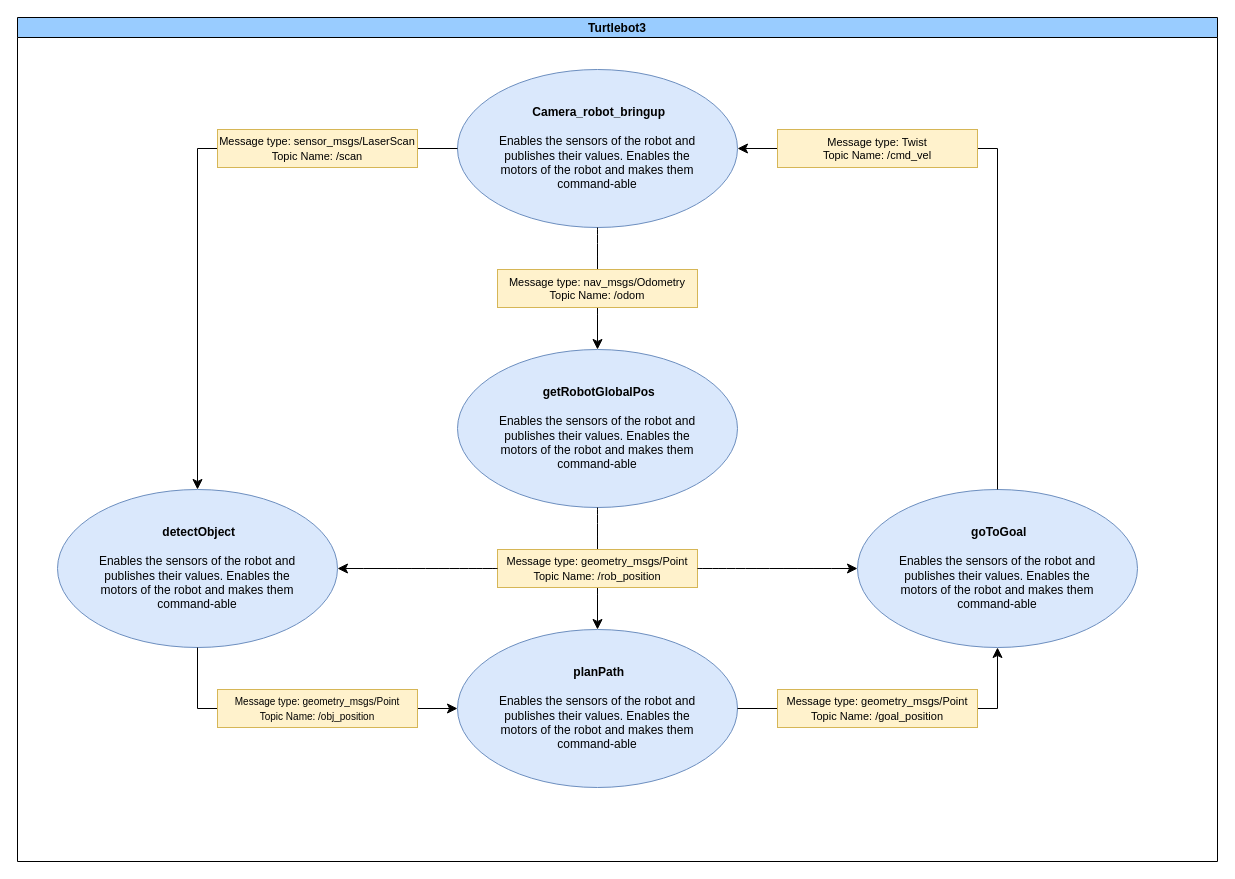
Above: page "Concept 2" (2 of 2) of Lab4/Lab4_diagram.drawio in hcarius3/ME7785_RoboticsResearch (draw.io), before the change. Source tidied: cells renumbered, new cells numbered last; positions are measured from the earlier drawing's top-left corner, leaving out a move shared by most shapes. Both pictures are drawn from the tidied source at 100%, with x=0, y=0 at pixel (17, 17).
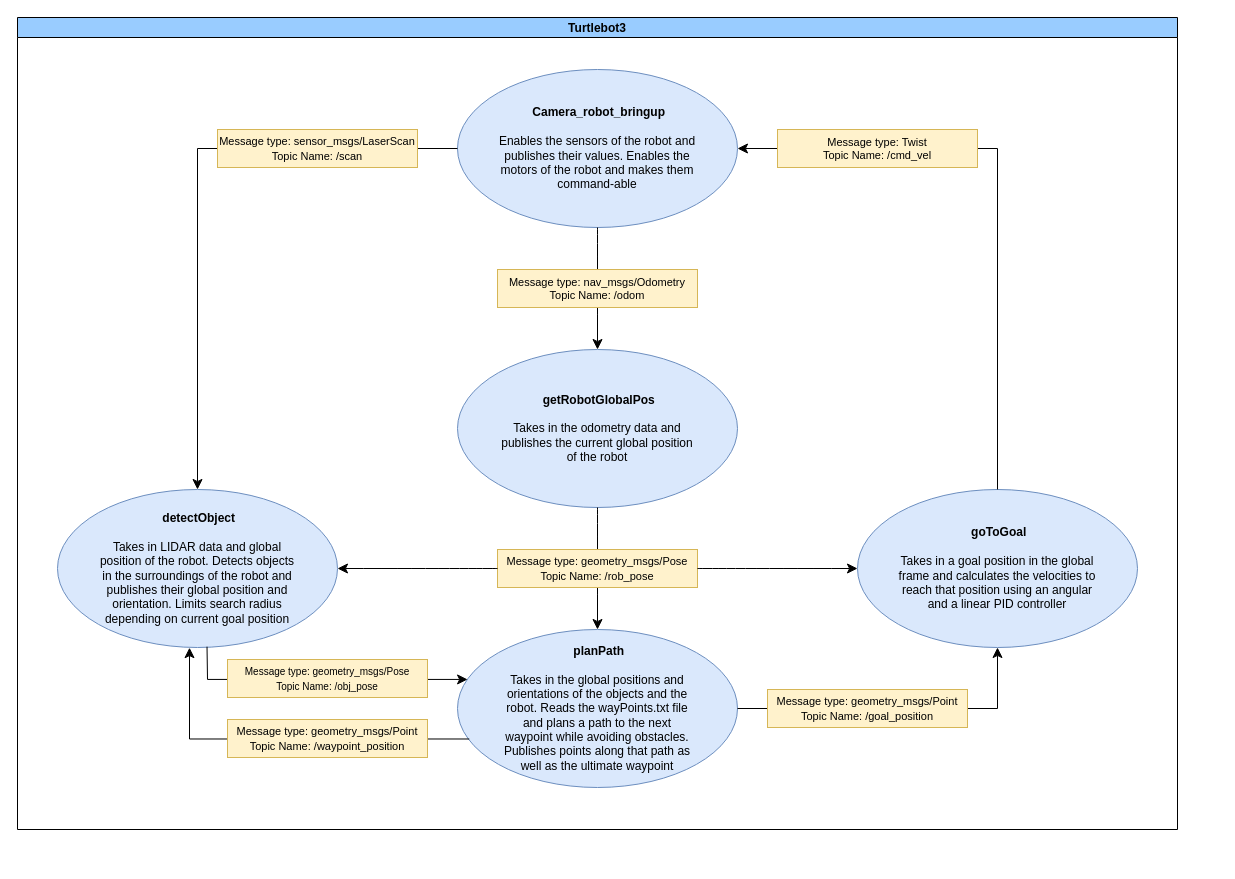
The same page after the edit.

Commit message:
Added detailed description to the nodes

What changed in the source:
```diff
@@
     <mxCell id="2" value="Turtlebot3" style="swimlane;startSize=20;horizontal=1;containerType=tree;newEdgeStyle={&quot;edgeStyle&quot;:&quot;elbowEdgeStyle&quot;,&quot;startArrow&quot;:&quot;none&quot;,&quot;endArrow&quot;:&quot;none&quot;};fillColor=#99CCFF;" parent="1" vertex="1">
-      <mxGeometry width="1200" height="844" as="geometry" />
+      <mxGeometry width="1160" height="812" as="geometry" />
     </mxCell>
@@
-    <mxCell id="4" value="&lt;blockquote&gt;&lt;div&gt;&lt;b&gt;&amp;nbsp;&lt;/b&gt;&lt;b&gt;&lt;/b&gt;&lt;b&gt;getRobotGlobalPos&lt;/b&gt;&lt;br&gt;&lt;br&gt;Enables the sensors of the robot and publishes their values. Enables the motors of the robot and makes them command-able&lt;/div&gt;&lt;/blockquote&gt;" style="ellipse;whiteSpace=wrap;html=1;fillColor=#dae8fc;strokeColor=#6c8ebf;" parent="2" vertex="1">
+    <mxCell id="4" value="&lt;blockquote&gt;&lt;div&gt;&lt;b&gt;&amp;nbsp;&lt;/b&gt;&lt;b&gt;getRobotGlobalPos&lt;/b&gt;&lt;br&gt;&lt;/div&gt;&lt;div&gt;&lt;br&gt;&lt;/div&gt;&lt;div&gt;Takes in the odometry data and publishes the current global position of the robot&lt;/div&gt;&lt;/blockquote&gt;" style="ellipse;whiteSpace=wrap;html=1;fillColor=#dae8fc;strokeColor=#6c8ebf;" parent="2" vertex="1">
       <mxGeometry x="440" y="332" width="280" height="158" as="geometry" />
     </mxCell>
-    <mxCell id="5" value="&lt;blockquote&gt;&lt;div&gt;&lt;b&gt;&amp;nbsp;&lt;/b&gt;&lt;b&gt;detectObject&lt;/b&gt;&lt;br&gt;&lt;br&gt;Enables the sensors of the robot and publishes their values. Enables the motors of the robot and makes them command-able&lt;/div&gt;&lt;/blockquote&gt;" style="ellipse;whiteSpace=wrap;html=1;fillColor=#dae8fc;strokeColor=#6c8ebf;" parent="2" vertex="1">
+    <mxCell id="5" value="&lt;blockquote&gt;&lt;div&gt;&lt;b&gt;&amp;nbsp;&lt;/b&gt;&lt;b&gt;detectObject&lt;/b&gt;&lt;/div&gt;&lt;div&gt;&lt;br&gt;Takes in LIDAR data and global position of the robot. Detects objects in the surroundings of the robot and publishes their global position and orientation. Limits search radius depending on current goal position&lt;/div&gt;&lt;/blockquote&gt;" style="ellipse;whiteSpace=wrap;html=1;fillColor=#dae8fc;strokeColor=#6c8ebf;" parent="2" vertex="1">
       <mxGeometry x="40" y="472" width="280" height="158" as="geometry" />
     </mxCell>
-    <mxCell id="6" value="&lt;blockquote&gt;&lt;div&gt;&lt;b&gt;&amp;nbsp;planPath&lt;/b&gt;&lt;br&gt;&lt;br&gt;Enables the sensors of the robot and publishes their values. Enables the motors of the robot and makes them command-able&lt;/div&gt;&lt;/blockquote&gt;" style="ellipse;whiteSpace=wrap;html=1;fillColor=#dae8fc;strokeColor=#6c8ebf;" parent="2" vertex="1">
+    <mxCell id="6" value="&lt;blockquote&gt;&lt;div&gt;&lt;b&gt;&amp;nbsp;planPath&lt;/b&gt;&lt;br&gt;&lt;/div&gt;&lt;div&gt;&lt;br&gt;&lt;/div&gt;&lt;div&gt;Takes in the global positions and orientations of the objects and the robot. Reads the wayPoints.txt file and plans a path to the next waypoint while avoiding obstacles. Publishes points along that path as well as the ultimate waypoint&lt;/div&gt;&lt;/blockquote&gt;" style="ellipse;whiteSpace=wrap;html=1;fillColor=#dae8fc;strokeColor=#6c8ebf;" parent="2" vertex="1">
       <mxGeometry x="440" y="612" width="280" height="158" as="geometry" />
     </mxCell>
-    <mxCell id="7" value="&lt;blockquote&gt;&lt;div&gt;&lt;b&gt;&amp;nbsp;goToGoal&lt;/b&gt;&lt;br&gt;&lt;br&gt;Enables the sensors of the robot and publishes their values. Enables the motors of the robot and makes them command-able&lt;/div&gt;&lt;/blockquote&gt;" style="ellipse;whiteSpace=wrap;html=1;fillColor=#dae8fc;strokeColor=#6c8ebf;" parent="2" vertex="1">
+    <mxCell id="7" value="&lt;blockquote&gt;&lt;div&gt;&lt;b&gt;&amp;nbsp;goToGoal&lt;/b&gt;&lt;/div&gt;&lt;div&gt;&lt;br&gt;&lt;/div&gt;&lt;div&gt;Takes in a goal position in the global frame and calculates the velocities to reach that position using an angular and a linear PID controller&lt;/div&gt;&lt;/blockquote&gt;" style="ellipse;whiteSpace=wrap;html=1;fillColor=#dae8fc;strokeColor=#6c8ebf;" parent="2" vertex="1">
       <mxGeometry x="840" y="472" width="280" height="158" as="geometry" />
     </mxCell>
-    <mxCell id="8" style="edgeStyle=elbowEdgeStyle;elbow=horizontal;endArrow=classic;html=1;curved=0;rounded=0;endSize=8;startSize=8;fontSize=12;exitX=0.5;exitY=1;exitDx=0;exitDy=0;entryX=0;entryY=0.5;entryDx=0;entryDy=0;" parent="2" edge="1" source="5" target="6">
+    <mxCell id="8" style="edgeStyle=elbowEdgeStyle;elbow=horizontal;endArrow=classic;html=1;curved=0;rounded=0;endSize=8;startSize=8;fontSize=12;entryX=0.036;entryY=0.316;entryDx=0;entryDy=0;entryPerimeter=0;exitX=0.534;exitY=0.995;exitDx=0;exitDy=0;exitPerimeter=0;" parent="2" edge="1" source="5" target="6">
       <mxGeometry relative="1" as="geometry">
         <Array as="points">
-          <mxPoint x="180" y="682" />
+          <mxPoint x="190" y="652" />
         </Array>
       </mxGeometry>
     </mxCell>
@@
-    <mxCell id="12" value="&lt;font style=&quot;font-size: 11px;&quot;&gt;&lt;span style=&quot;--tw-scale-x: 1; --tw-scale-y: 1; --tw-pan-x: ; --tw-pan-y: ; --tw-pinch-zoom: ; --tw-scroll-snap-strictness: proximity; --tw-gradient-from-position: ; --tw-gradient-via-position: ; --tw-gradient-to-position: ; --tw-ordinal: ; --tw-slashed-zero: ; --tw-numeric-figure: ; --tw-numeric-spacing: ; --tw-numeric-fraction: ; --tw-ring-inset: ; --tw-ring-offset-width: 0px; --tw-ring-offset-color: light-dark(#fff, #000000); --tw-ring-color: rgb(59 130 246 / .5); --tw-ring-offset-shadow: 0 0 #0000; --tw-ring-shadow: 0 0 #0000; --tw-shadow: 0 0 #0000; --tw-shadow-colored: 0 0 #0000; --tw-blur: ; --tw-brightness: ; --tw-contrast: ; --tw-grayscale: ; --tw-hue-rotate: ; --tw-invert: ; --tw-saturate: ; --tw-sepia: ; --tw-drop-shadow: ; --tw-backdrop-blur: ; --tw-backdrop-brightness: ; --tw-backdrop-contrast: ; --tw-backdrop-grayscale: ; --tw-backdrop-hue-rotate: ; --tw-backdrop-invert: ; --tw-backdrop-opacity: ; --tw-backdrop-saturate: ; --tw-backdrop-sepia: ;&quot;&gt;Message type: geometry_msgs/Point&lt;/span&gt;&lt;/font&gt;&lt;div style=&quot;--tw-scale-x: 1; --tw-scale-y: 1; --tw-pan-x: ; --tw-pan-y: ; --tw-pinch-zoom: ; --tw-scroll-snap-strictness: proximity; --tw-gradient-from-position: ; --tw-gradient-via-position: ; --tw-gradient-to-position: ; --tw-ordinal: ; --tw-slashed-zero: ; --tw-numeric-figure: ; --tw-numeric-spacing: ; --tw-numeric-fraction: ; --tw-ring-inset: ; --tw-ring-offset-width: 0px; --tw-ring-offset-color: light-dark(#fff, #000000); --tw-ring-color: rgb(59 130 246 / .5); --tw-ring-offset-shadow: 0 0 #0000; --tw-ring-shadow: 0 0 #0000; --tw-shadow: 0 0 #0000; --tw-shadow-colored: 0 0 #0000; --tw-blur: ; --tw-brightness: ; --tw-contrast: ; --tw-grayscale: ; --tw-hue-rotate: ; --tw-invert: ; --tw-saturate: ; --tw-sepia: ; --tw-drop-shadow: ; --tw-backdrop-blur: ; --tw-backdrop-brightness: ; --tw-backdrop-contrast: ; --tw-backdrop-grayscale: ; --tw-backdrop-hue-rotate: ; --tw-backdrop-invert: ; --tw-backdrop-opacity: ; --tw-backdrop-saturate: ; --tw-backdrop-sepia: ;&quot;&gt;&lt;font style=&quot;font-size: 11px;&quot;&gt;&lt;span&gt;Topic Name: /rob_position&lt;/span&gt;&lt;/font&gt;&lt;/div&gt;" style="rounded=0;whiteSpace=wrap;html=1;fillColor=#fff2cc;strokeColor=#d6b656;" parent="2" vertex="1">
+    <mxCell id="12" value="&lt;font style=&quot;font-size: 11px;&quot;&gt;&lt;span style=&quot;--tw-scale-x: 1; --tw-scale-y: 1; --tw-pan-x: ; --tw-pan-y: ; --tw-pinch-zoom: ; --tw-scroll-snap-strictness: proximity; --tw-gradient-from-position: ; --tw-gradient-via-position: ; --tw-gradient-to-position: ; --tw-ordinal: ; --tw-slashed-zero: ; --tw-numeric-figure: ; --tw-numeric-spacing: ; --tw-numeric-fraction: ; --tw-ring-inset: ; --tw-ring-offset-width: 0px; --tw-ring-offset-color: light-dark(#fff, #000000); --tw-ring-color: rgb(59 130 246 / .5); --tw-ring-offset-shadow: 0 0 #0000; --tw-ring-shadow: 0 0 #0000; --tw-shadow: 0 0 #0000; --tw-shadow-colored: 0 0 #0000; --tw-blur: ; --tw-brightness: ; --tw-contrast: ; --tw-grayscale: ; --tw-hue-rotate: ; --tw-invert: ; --tw-saturate: ; --tw-sepia: ; --tw-drop-shadow: ; --tw-backdrop-blur: ; --tw-backdrop-brightness: ; --tw-backdrop-contrast: ; --tw-backdrop-grayscale: ; --tw-backdrop-hue-rotate: ; --tw-backdrop-invert: ; --tw-backdrop-opacity: ; --tw-backdrop-saturate: ; --tw-backdrop-sepia: ;&quot;&gt;Message type: geometry_msgs/Pose&lt;/span&gt;&lt;/font&gt;&lt;div style=&quot;--tw-scale-x: 1; --tw-scale-y: 1; --tw-pan-x: ; --tw-pan-y: ; --tw-pinch-zoom: ; --tw-scroll-snap-strictness: proximity; --tw-gradient-from-position: ; --tw-gradient-via-position: ; --tw-gradient-to-position: ; --tw-ordinal: ; --tw-slashed-zero: ; --tw-numeric-figure: ; --tw-numeric-spacing: ; --tw-numeric-fraction: ; --tw-ring-inset: ; --tw-ring-offset-width: 0px; --tw-ring-offset-color: light-dark(#fff, #000000); --tw-ring-color: rgb(59 130 246 / .5); --tw-ring-offset-shadow: 0 0 #0000; --tw-ring-shadow: 0 0 #0000; --tw-shadow: 0 0 #0000; --tw-shadow-colored: 0 0 #0000; --tw-blur: ; --tw-brightness: ; --tw-contrast: ; --tw-grayscale: ; --tw-hue-rotate: ; --tw-invert: ; --tw-saturate: ; --tw-sepia: ; --tw-drop-shadow: ; --tw-backdrop-blur: ; --tw-backdrop-brightness: ; --tw-backdrop-contrast: ; --tw-backdrop-grayscale: ; --tw-backdrop-hue-rotate: ; --tw-backdrop-invert: ; --tw-backdrop-opacity: ; --tw-backdrop-saturate: ; --tw-backdrop-sepia: ;&quot;&gt;&lt;font style=&quot;font-size: 11px;&quot;&gt;&lt;span&gt;Topic Name: /rob_pose&lt;/span&gt;&lt;/font&gt;&lt;/div&gt;" style="rounded=0;whiteSpace=wrap;html=1;fillColor=#fff2cc;strokeColor=#d6b656;" parent="2" vertex="1">
       <mxGeometry x="480" y="532" width="200" height="38" as="geometry" />
     </mxCell>
@@
     <mxCell id="14" value="&lt;font style=&quot;font-size: 11px;&quot;&gt;&lt;span style=&quot;--tw-scale-x: 1; --tw-scale-y: 1; --tw-pan-x: ; --tw-pan-y: ; --tw-pinch-zoom: ; --tw-scroll-snap-strictness: proximity; --tw-gradient-from-position: ; --tw-gradient-via-position: ; --tw-gradient-to-position: ; --tw-ordinal: ; --tw-slashed-zero: ; --tw-numeric-figure: ; --tw-numeric-spacing: ; --tw-numeric-fraction: ; --tw-ring-inset: ; --tw-ring-offset-width: 0px; --tw-ring-offset-color: light-dark(#fff, #000000); --tw-ring-color: rgb(59 130 246 / .5); --tw-ring-offset-shadow: 0 0 #0000; --tw-ring-shadow: 0 0 #0000; --tw-shadow: 0 0 #0000; --tw-shadow-colored: 0 0 #0000; --tw-blur: ; --tw-brightness: ; --tw-contrast: ; --tw-grayscale: ; --tw-hue-rotate: ; --tw-invert: ; --tw-saturate: ; --tw-sepia: ; --tw-drop-shadow: ; --tw-backdrop-blur: ; --tw-backdrop-brightness: ; --tw-backdrop-contrast: ; --tw-backdrop-grayscale: ; --tw-backdrop-hue-rotate: ; --tw-backdrop-invert: ; --tw-backdrop-opacity: ; --tw-backdrop-saturate: ; --tw-backdrop-sepia: ;&quot;&gt;Message type: geometry_msgs/Point&lt;/span&gt;&lt;/font&gt;&lt;div style=&quot;--tw-scale-x: 1; --tw-scale-y: 1; --tw-pan-x: ; --tw-pan-y: ; --tw-pinch-zoom: ; --tw-scroll-snap-strictness: proximity; --tw-gradient-from-position: ; --tw-gradient-via-position: ; --tw-gradient-to-position: ; --tw-ordinal: ; --tw-slashed-zero: ; --tw-numeric-figure: ; --tw-numeric-spacing: ; --tw-numeric-fraction: ; --tw-ring-inset: ; --tw-ring-offset-width: 0px; --tw-ring-offset-color: light-dark(#fff, #000000); --tw-ring-color: rgb(59 130 246 / .5); --tw-ring-offset-shadow: 0 0 #0000; --tw-ring-shadow: 0 0 #0000; --tw-shadow: 0 0 #0000; --tw-shadow-colored: 0 0 #0000; --tw-blur: ; --tw-brightness: ; --tw-contrast: ; --tw-grayscale: ; --tw-hue-rotate: ; --tw-invert: ; --tw-saturate: ; --tw-sepia: ; --tw-drop-shadow: ; --tw-backdrop-blur: ; --tw-backdrop-brightness: ; --tw-backdrop-contrast: ; --tw-backdrop-grayscale: ; --tw-backdrop-hue-rotate: ; --tw-backdrop-invert: ; --tw-backdrop-opacity: ; --tw-backdrop-saturate: ; --tw-backdrop-sepia: ;&quot;&gt;&lt;font style=&quot;font-size: 11px;&quot;&gt;&lt;span&gt;Topic Name: /goal_position&lt;/span&gt;&lt;/font&gt;&lt;/div&gt;" style="rounded=0;whiteSpace=wrap;html=1;fillColor=#fff2cc;strokeColor=#d6b656;" parent="2" vertex="1">
-      <mxGeometry x="760" y="672" width="200" height="38" as="geometry" />
+      <mxGeometry x="750" y="672" width="200" height="38" as="geometry" />
     </mxCell>
-    <mxCell id="15" value="&lt;font style=&quot;font-size: 10px;&quot;&gt;&lt;span style=&quot;--tw-scale-x: 1; --tw-scale-y: 1; --tw-pan-x: ; --tw-pan-y: ; --tw-pinch-zoom: ; --tw-scroll-snap-strictness: proximity; --tw-gradient-from-position: ; --tw-gradient-via-position: ; --tw-gradient-to-position: ; --tw-ordinal: ; --tw-slashed-zero: ; --tw-numeric-figure: ; --tw-numeric-spacing: ; --tw-numeric-fraction: ; --tw-ring-inset: ; --tw-ring-offset-width: 0px; --tw-ring-offset-color: light-dark(#fff, #000000); --tw-ring-color: rgb(59 130 246 / .5); --tw-ring-offset-shadow: 0 0 #0000; --tw-ring-shadow: 0 0 #0000; --tw-shadow: 0 0 #0000; --tw-shadow-colored: 0 0 #0000; --tw-blur: ; --tw-brightness: ; --tw-contrast: ; --tw-grayscale: ; --tw-hue-rotate: ; --tw-invert: ; --tw-saturate: ; --tw-sepia: ; --tw-drop-shadow: ; --tw-backdrop-blur: ; --tw-backdrop-brightness: ; --tw-backdrop-contrast: ; --tw-backdrop-grayscale: ; --tw-backdrop-hue-rotate: ; --tw-backdrop-invert: ; --tw-backdrop-opacity: ; --tw-backdrop-saturate: ; --tw-backdrop-sepia: ;&quot;&gt;Message type: geometry_msgs/Point&lt;/span&gt;&lt;/font&gt;&lt;div style=&quot;--tw-scale-x: 1; --tw-scale-y: 1; --tw-pan-x: ; --tw-pan-y: ; --tw-pinch-zoom: ; --tw-scroll-snap-strictness: proximity; --tw-gradient-from-position: ; --tw-gradient-via-position: ; --tw-gradient-to-position: ; --tw-ordinal: ; --tw-slashed-zero: ; --tw-numeric-figure: ; --tw-numeric-spacing: ; --tw-numeric-fraction: ; --tw-ring-inset: ; --tw-ring-offset-width: 0px; --tw-ring-offset-color: light-dark(#fff, #000000); --tw-ring-color: rgb(59 130 246 / .5); --tw-ring-offset-shadow: 0 0 #0000; --tw-ring-shadow: 0 0 #0000; --tw-shadow: 0 0 #0000; --tw-shadow-colored: 0 0 #0000; --tw-blur: ; --tw-brightness: ; --tw-contrast: ; --tw-grayscale: ; --tw-hue-rotate: ; --tw-invert: ; --tw-saturate: ; --tw-sepia: ; --tw-drop-shadow: ; --tw-backdrop-blur: ; --tw-backdrop-brightness: ; --tw-backdrop-contrast: ; --tw-backdrop-grayscale: ; --tw-backdrop-hue-rotate: ; --tw-backdrop-invert: ; --tw-backdrop-opacity: ; --tw-backdrop-saturate: ; --tw-backdrop-sepia: ;&quot;&gt;&lt;font style=&quot;font-size: 10px;&quot;&gt;&lt;span&gt;Topic Name: /obj_position&lt;/span&gt;&lt;/font&gt;&lt;/div&gt;" style="rounded=0;whiteSpace=wrap;html=1;fillColor=#fff2cc;strokeColor=#d6b656;" parent="2" vertex="1">
-      <mxGeometry x="200" y="672" width="200" height="38" as="geometry" />
+    <mxCell id="15" value="&lt;font style=&quot;font-size: 10px;&quot;&gt;&lt;span style=&quot;--tw-scale-x: 1; --tw-scale-y: 1; --tw-pan-x: ; --tw-pan-y: ; --tw-pinch-zoom: ; --tw-scroll-snap-strictness: proximity; --tw-gradient-from-position: ; --tw-gradient-via-position: ; --tw-gradient-to-position: ; --tw-ordinal: ; --tw-slashed-zero: ; --tw-numeric-figure: ; --tw-numeric-spacing: ; --tw-numeric-fraction: ; --tw-ring-inset: ; --tw-ring-offset-width: 0px; --tw-ring-offset-color: light-dark(#fff, #000000); --tw-ring-color: rgb(59 130 246 / .5); --tw-ring-offset-shadow: 0 0 #0000; --tw-ring-shadow: 0 0 #0000; --tw-shadow: 0 0 #0000; --tw-shadow-colored: 0 0 #0000; --tw-blur: ; --tw-brightness: ; --tw-contrast: ; --tw-grayscale: ; --tw-hue-rotate: ; --tw-invert: ; --tw-saturate: ; --tw-sepia: ; --tw-drop-shadow: ; --tw-backdrop-blur: ; --tw-backdrop-brightness: ; --tw-backdrop-contrast: ; --tw-backdrop-grayscale: ; --tw-backdrop-hue-rotate: ; --tw-backdrop-invert: ; --tw-backdrop-opacity: ; --tw-backdrop-saturate: ; --tw-backdrop-sepia: ;&quot;&gt;Message type: geometry_msgs/Pose&lt;/span&gt;&lt;/font&gt;&lt;div style=&quot;--tw-scale-x: 1; --tw-scale-y: 1; --tw-pan-x: ; --tw-pan-y: ; --tw-pinch-zoom: ; --tw-scroll-snap-strictness: proximity; --tw-gradient-from-position: ; --tw-gradient-via-position: ; --tw-gradient-to-position: ; --tw-ordinal: ; --tw-slashed-zero: ; --tw-numeric-figure: ; --tw-numeric-spacing: ; --tw-numeric-fraction: ; --tw-ring-inset: ; --tw-ring-offset-width: 0px; --tw-ring-offset-color: light-dark(#fff, #000000); --tw-ring-color: rgb(59 130 246 / .5); --tw-ring-offset-shadow: 0 0 #0000; --tw-ring-shadow: 0 0 #0000; --tw-shadow: 0 0 #0000; --tw-shadow-colored: 0 0 #0000; --tw-blur: ; --tw-brightness: ; --tw-contrast: ; --tw-grayscale: ; --tw-hue-rotate: ; --tw-invert: ; --tw-saturate: ; --tw-sepia: ; --tw-drop-shadow: ; --tw-backdrop-blur: ; --tw-backdrop-brightness: ; --tw-backdrop-contrast: ; --tw-backdrop-grayscale: ; --tw-backdrop-hue-rotate: ; --tw-backdrop-invert: ; --tw-backdrop-opacity: ; --tw-backdrop-saturate: ; --tw-backdrop-sepia: ;&quot;&gt;&lt;font style=&quot;font-size: 10px;&quot;&gt;&lt;span&gt;Topic Name: /obj_pose&lt;/span&gt;&lt;/font&gt;&lt;/div&gt;" style="rounded=0;whiteSpace=wrap;html=1;fillColor=#fff2cc;strokeColor=#d6b656;" parent="2" vertex="1">
+      <mxGeometry x="210" y="642" width="200" height="38" as="geometry" />
     </mxCell>
@@
+    <mxCell id="22" style="edgeStyle=elbowEdgeStyle;elbow=horizontal;endArrow=classic;html=1;curved=0;rounded=0;endSize=8;startSize=8;fontSize=12;entryX=0.47;entryY=1.001;entryDx=0;entryDy=0;entryPerimeter=0;exitX=0.042;exitY=0.693;exitDx=0;exitDy=0;exitPerimeter=0;" parent="2" edge="1" source="6" target="5">
+      <mxGeometry relative="1" as="geometry">
+        <Array as="points">
+          <mxPoint x="172" y="672" />
+        </Array>
+      </mxGeometry>
+    </mxCell>
+    <mxCell id="23" value="&lt;font style=&quot;font-size: 11px;&quot;&gt;&lt;span style=&quot;--tw-scale-x: 1; --tw-scale-y: 1; --tw-pan-x: ; --tw-pan-y: ; --tw-pinch-zoom: ; --tw-scroll-snap-strictness: proximity; --tw-gradient-from-position: ; --tw-gradient-via-position: ; --tw-gradient-to-position: ; --tw-ordinal: ; --tw-slashed-zero: ; --tw-numeric-figure: ; --tw-numeric-spacing: ; --tw-numeric-fraction: ; --tw-ring-inset: ; --tw-ring-offset-width: 0px; --tw-ring-offset-color: light-dark(#fff, #000000); --tw-ring-color: rgb(59 130 246 / .5); --tw-ring-offset-shadow: 0 0 #0000; --tw-ring-shadow: 0 0 #0000; --tw-shadow: 0 0 #0000; --tw-shadow-colored: 0 0 #0000; --tw-blur: ; --tw-brightness: ; --tw-contrast: ; --tw-grayscale: ; --tw-hue-rotate: ; --tw-invert: ; --tw-saturate: ; --tw-sepia: ; --tw-drop-shadow: ; --tw-backdrop-blur: ; --tw-backdrop-brightness: ; --tw-backdrop-contrast: ; --tw-backdrop-grayscale: ; --tw-backdrop-hue-rotate: ; --tw-backdrop-invert: ; --tw-backdrop-opacity: ; --tw-backdrop-saturate: ; --tw-backdrop-sepia: ;&quot;&gt;Message type: geometry_msgs/Point&lt;/span&gt;&lt;/font&gt;&lt;div style=&quot;--tw-scale-x: 1; --tw-scale-y: 1; --tw-pan-x: ; --tw-pan-y: ; --tw-pinch-zoom: ; --tw-scroll-snap-strictness: proximity; --tw-gradient-from-position: ; --tw-gradient-via-position: ; --tw-gradient-to-position: ; --tw-ordinal: ; --tw-slashed-zero: ; --tw-numeric-figure: ; --tw-numeric-spacing: ; --tw-numeric-fraction: ; --tw-ring-inset: ; --tw-ring-offset-width: 0px; --tw-ring-offset-color: light-dark(#fff, #000000); --tw-ring-color: rgb(59 130 246 / .5); --tw-ring-offset-shadow: 0 0 #0000; --tw-ring-shadow: 0 0 #0000; --tw-shadow: 0 0 #0000; --tw-shadow-colored: 0 0 #0000; --tw-blur: ; --tw-brightness: ; --tw-contrast: ; --tw-grayscale: ; --tw-hue-rotate: ; --tw-invert: ; --tw-saturate: ; --tw-sepia: ; --tw-drop-shadow: ; --tw-backdrop-blur: ; --tw-backdrop-brightness: ; --tw-backdrop-contrast: ; --tw-backdrop-grayscale: ; --tw-backdrop-hue-rotate: ; --tw-backdrop-invert: ; --tw-backdrop-opacity: ; --tw-backdrop-saturate: ; --tw-backdrop-sepia: ;&quot;&gt;&lt;font style=&quot;font-size: 11px;&quot;&gt;&lt;span&gt;Topic Name: /waypoint_position&lt;/span&gt;&lt;/font&gt;&lt;/div&gt;" style="rounded=0;whiteSpace=wrap;html=1;fillColor=#fff2cc;strokeColor=#d6b656;" parent="2" vertex="1">
+      <mxGeometry x="210" y="702" width="200" height="38" as="geometry" />
+    </mxCell>
```
